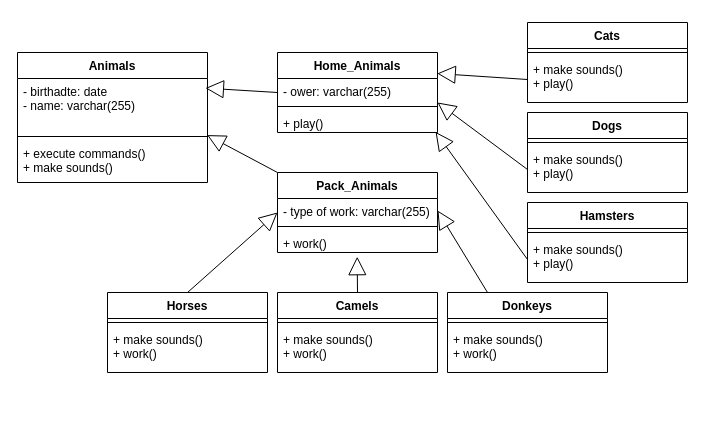
Earlier version of the draw.io diagram диаграмма.drawio (MarinaVarentsova/Linux_itog). Source tidied: cells renumbered, new cells numbered last; positions are measured from the earlier drawing's top-left corner, leaving out a move shared by most shapes. Both pictures are drawn from the tidied source at 100%, with x=0, y=0 at pixel (17, 22).
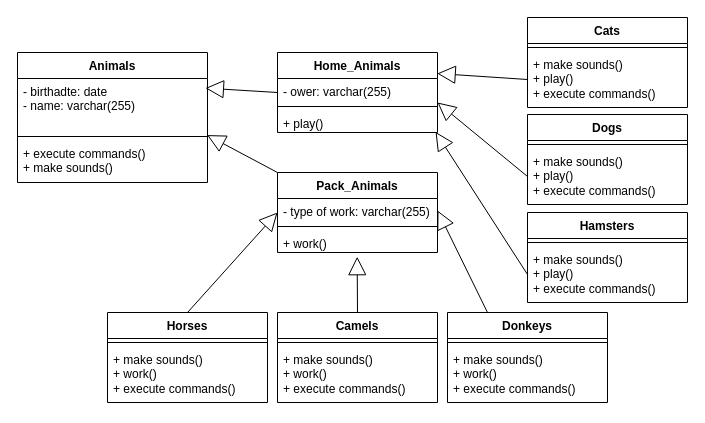
Above is the later version.

Commit message (it also covers changes not shown here):
Замена по п.6 "добавлен метод + execute commands() всем наследникам

The edit, as a diff of the source:
```diff
@@
     <mxCell id="14" value="Cats" style="swimlane;fontStyle=1;align=center;verticalAlign=top;horizontal=1;startSize=26;whiteSpace=wrap;html=1;" parent="1" vertex="1">
-      <mxGeometry x="510" width="160" height="80" as="geometry" />
+      <mxGeometry x="510" y="-5" width="160" height="90" as="geometry" />
     </mxCell>
@@
-    <mxCell id="16" value="+ make sounds()&lt;div&gt;+ play()&lt;br&gt;&lt;/div&gt;" style="text;strokeColor=none;fillColor=none;align=left;verticalAlign=top;spacingLeft=4;spacingRight=4;overflow=hidden;points=[[0,0.5],[1,0.5]];portConstraint=eastwest;whiteSpace=wrap;html=1;" parent="14" vertex="1">
-      <mxGeometry y="34" width="160" height="46" as="geometry" />
+    <mxCell id="16" value="+ make sounds()&lt;div&gt;+ play()&lt;br&gt;&lt;/div&gt;&lt;div&gt;+ execute commands()&lt;br&gt;&lt;/div&gt;&lt;div&gt;&lt;br&gt;&lt;/div&gt;" style="text;strokeColor=none;fillColor=none;align=left;verticalAlign=top;spacingLeft=4;spacingRight=4;overflow=hidden;points=[[0,0.5],[1,0.5]];portConstraint=eastwest;whiteSpace=wrap;html=1;" parent="14" vertex="1">
+      <mxGeometry y="34" width="160" height="56" as="geometry" />
     </mxCell>
@@
     <mxCell id="19" value="Dogs" style="swimlane;fontStyle=1;align=center;verticalAlign=top;horizontal=1;startSize=26;whiteSpace=wrap;html=1;" parent="1" vertex="1">
-      <mxGeometry x="510" y="90" width="160" height="80" as="geometry" />
+      <mxGeometry x="510" y="92" width="160" height="90" as="geometry" />
     </mxCell>
@@
-    <mxCell id="21" value="+ make sounds()&lt;div&gt;+ play()&lt;br&gt;&lt;/div&gt;" style="text;strokeColor=none;fillColor=none;align=left;verticalAlign=top;spacingLeft=4;spacingRight=4;overflow=hidden;points=[[0,0.5],[1,0.5]];portConstraint=eastwest;whiteSpace=wrap;html=1;" parent="19" vertex="1">
-      <mxGeometry y="34" width="160" height="46" as="geometry" />
+    <mxCell id="21" value="+ make sounds()&lt;div&gt;+ play()&lt;br&gt;&lt;/div&gt;&lt;div&gt;+ execute commands()&lt;br&gt;&lt;/div&gt;&lt;div&gt;&lt;br&gt;&lt;/div&gt;" style="text;strokeColor=none;fillColor=none;align=left;verticalAlign=top;spacingLeft=4;spacingRight=4;overflow=hidden;points=[[0,0.5],[1,0.5]];portConstraint=eastwest;whiteSpace=wrap;html=1;" parent="19" vertex="1">
+      <mxGeometry y="34" width="160" height="56" as="geometry" />
     </mxCell>
     <mxCell id="22" value="Hamsters" style="swimlane;fontStyle=1;align=center;verticalAlign=top;horizontal=1;startSize=26;whiteSpace=wrap;html=1;" parent="1" vertex="1">
-      <mxGeometry x="510" y="180" width="160" height="80" as="geometry" />
+      <mxGeometry x="510" y="190" width="160" height="90" as="geometry" />
     </mxCell>
@@
-    <mxCell id="24" value="+ make sounds()&lt;div&gt;+ play()&lt;br&gt;&lt;/div&gt;" style="text;strokeColor=none;fillColor=none;align=left;verticalAlign=top;spacingLeft=4;spacingRight=4;overflow=hidden;points=[[0,0.5],[1,0.5]];portConstraint=eastwest;whiteSpace=wrap;html=1;" parent="22" vertex="1">
-      <mxGeometry y="34" width="160" height="46" as="geometry" />
+    <mxCell id="24" value="+ make sounds()&lt;div&gt;+ play()&lt;br&gt;&lt;/div&gt;&lt;div&gt;+ execute commands()&lt;br&gt;&lt;/div&gt;&lt;div&gt;&lt;br&gt;&lt;/div&gt;" style="text;strokeColor=none;fillColor=none;align=left;verticalAlign=top;spacingLeft=4;spacingRight=4;overflow=hidden;points=[[0,0.5],[1,0.5]];portConstraint=eastwest;whiteSpace=wrap;html=1;" parent="22" vertex="1">
+      <mxGeometry y="34" width="160" height="56" as="geometry" />
     </mxCell>
@@
     <mxCell id="28" value="Horses" style="swimlane;fontStyle=1;align=center;verticalAlign=top;horizontal=1;startSize=26;whiteSpace=wrap;html=1;" parent="1" vertex="1">
-      <mxGeometry x="90" y="270" width="160" height="80" as="geometry" />
+      <mxGeometry x="90" y="290" width="160" height="90" as="geometry" />
     </mxCell>
@@
-    <mxCell id="30" value="+ make sounds()&lt;div&gt;+ work()&lt;br&gt;&lt;/div&gt;" style="text;strokeColor=none;fillColor=none;align=left;verticalAlign=top;spacingLeft=4;spacingRight=4;overflow=hidden;whiteSpace=wrap;html=1;" parent="28" vertex="1">
-      <mxGeometry y="34" width="160" height="46" as="geometry" />
+    <mxCell id="30" value="+ make sounds()&lt;div&gt;+ work()&lt;br&gt;&lt;/div&gt;&lt;div&gt;+ execute commands()&lt;br&gt;&lt;/div&gt;&lt;div&gt;&lt;br&gt;&lt;/div&gt;" style="text;strokeColor=none;fillColor=none;align=left;verticalAlign=top;spacingLeft=4;spacingRight=4;overflow=hidden;whiteSpace=wrap;html=1;" parent="28" vertex="1">
+      <mxGeometry y="34" width="160" height="56" as="geometry" />
     </mxCell>
     <mxCell id="31" value="Camels" style="swimlane;fontStyle=1;align=center;verticalAlign=top;horizontal=1;startSize=26;whiteSpace=wrap;html=1;" parent="1" vertex="1">
-      <mxGeometry x="260" y="270" width="160" height="80" as="geometry" />
+      <mxGeometry x="260" y="290" width="160" height="90" as="geometry" />
     </mxCell>
@@
-    <mxCell id="33" value="+ make sounds()&lt;div&gt;+ work()&lt;br&gt;&lt;/div&gt;" style="text;strokeColor=none;fillColor=none;align=left;verticalAlign=top;spacingLeft=4;spacingRight=4;overflow=hidden;whiteSpace=wrap;html=1;" parent="31" vertex="1">
-      <mxGeometry y="34" width="160" height="46" as="geometry" />
+    <mxCell id="33" value="+ make sounds()&lt;div&gt;+ work()&lt;br&gt;&lt;/div&gt;&lt;div&gt;+ execute commands()&lt;br&gt;&lt;/div&gt;&lt;div&gt;&lt;br&gt;&lt;/div&gt;" style="text;strokeColor=none;fillColor=none;align=left;verticalAlign=top;spacingLeft=4;spacingRight=4;overflow=hidden;whiteSpace=wrap;html=1;" parent="31" vertex="1">
+      <mxGeometry y="34" width="160" height="56" as="geometry" />
     </mxCell>
     <mxCell id="34" value="Donkeys" style="swimlane;fontStyle=1;align=center;verticalAlign=top;horizontal=1;startSize=26;whiteSpace=wrap;html=1;" parent="1" vertex="1">
-      <mxGeometry x="430" y="270" width="160" height="80" as="geometry" />
+      <mxGeometry x="430" y="290" width="160" height="90" as="geometry" />
     </mxCell>
@@
-    <mxCell id="36" value="+ make sounds()&lt;div&gt;+ work()&lt;br&gt;&lt;/div&gt;" style="text;strokeColor=none;fillColor=none;align=left;verticalAlign=top;spacingLeft=4;spacingRight=4;overflow=hidden;whiteSpace=wrap;html=1;" parent="34" vertex="1">
-      <mxGeometry y="34" width="160" height="46" as="geometry" />
+    <mxCell id="36" value="+ make sounds()&lt;div&gt;+ work()&lt;br&gt;&lt;/div&gt;&lt;div&gt;+ execute commands()&lt;br&gt;&lt;/div&gt;&lt;div&gt;&lt;br&gt;&lt;/div&gt;" style="text;strokeColor=none;fillColor=none;align=left;verticalAlign=top;spacingLeft=4;spacingRight=4;overflow=hidden;whiteSpace=wrap;html=1;" parent="34" vertex="1">
+      <mxGeometry y="34" width="160" height="56" as="geometry" />
     </mxCell>
```
